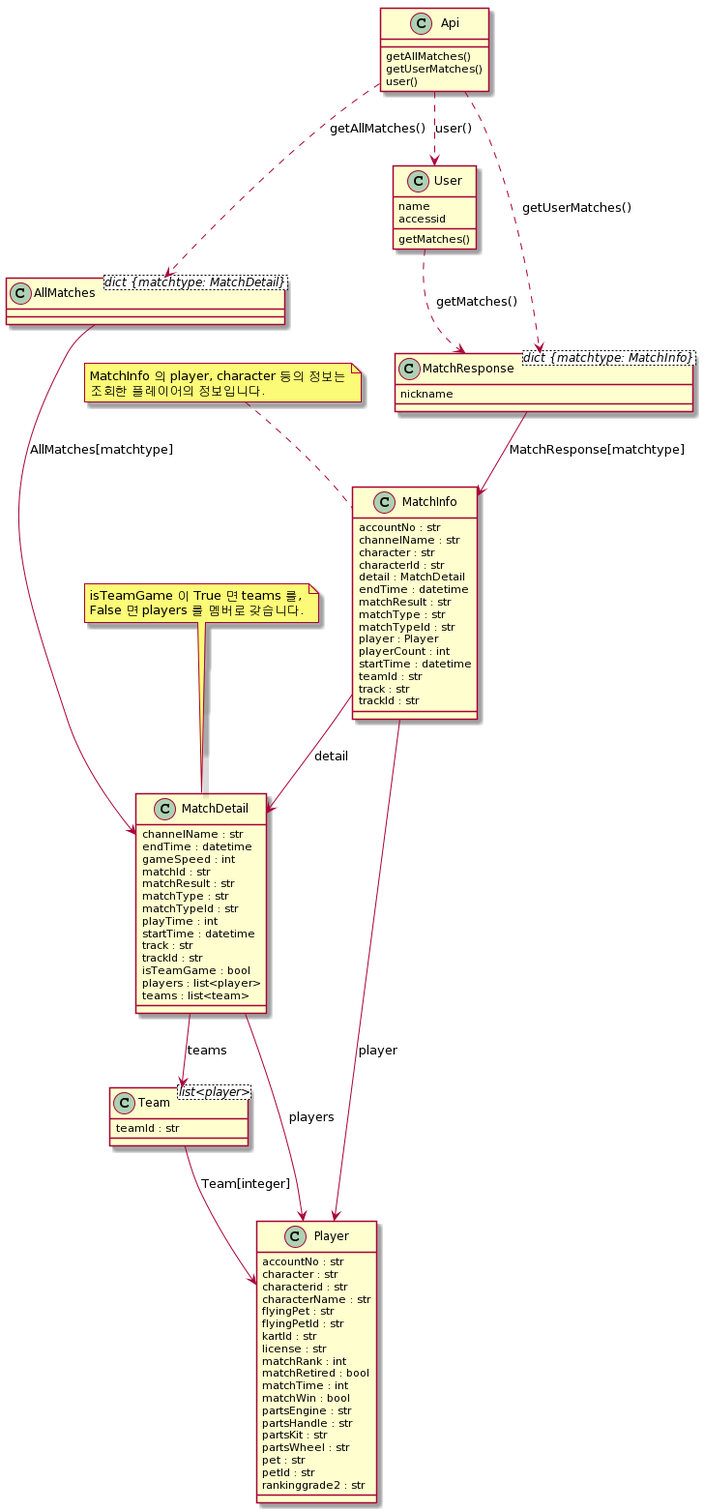
Before: docs/uml.png, a diagram exported from PlantUML (laoraid/KartRider.py). The source it was exported from:
```plantuml
@startuml
class Api
{
getAllMatches()
getUserMatches()
user()
}

Api ..> MatchResponse : getUserMatches()
Api..> AllMatches : getAllMatches()
Api ..> User: user()
class User
{
name
accessid
getMatches()
}

class MatchResponse<dict {matchtype: MatchInfo}>
{
nickname
}

User ..> MatchResponse : getMatches()
MatchResponse --> MatchInfo : MatchResponse[matchtype]

class MatchInfo
{
accountNo : str
channelName : str
character : str
characterId : str
detail : MatchDetail
endTime : datetime
matchResult : str
matchType : str
matchTypeId : str
player : Player
playerCount : int
startTime : datetime
teamId : str
track : str
trackId : str
}

note top of MatchInfo : MatchInfo 의 player, character 등의 정보는\n조회한 플레이어의 정보입니다.
MatchInfo --> Player : player

class Player
{
accountNo : str
character : str
characterid : str
characterName : str
flyingPet : str
flyingPetId : str
kartId : str
license : str
matchRank : int
matchRetired : bool
matchTime : int
matchWin : bool
partsEngine : str
partsHandle : str
partsKit : str
partsWheel : str
pet : str
petId : str
rankinggrade2 : str
}
MatchInfo --> MatchDetail : detail

class MatchDetail
{
channelName : str
endTime : datetime
gameSpeed : int
matchId : str
matchResult : str
matchType : str
matchTypeId : str
playTime : int
startTime : datetime
track : str
trackId : str
isTeamGame : bool
players : list<player>
teams : list<team>
}

note top of MatchDetail : isTeamGame 이 True 면 teams 를,\nFalse 면 players 를 멤버로 갖습니다.

MatchDetail --> Player : players
MatchDetail --> Team : teams

class Team<list<player>>
{
teamId : str
}

Team --> Player : Team[integer]

class AllMatches<dict {matchtype: MatchDetail}>

AllMatches -> MatchDetail : AllMatches[matchtype]
@enduml
```
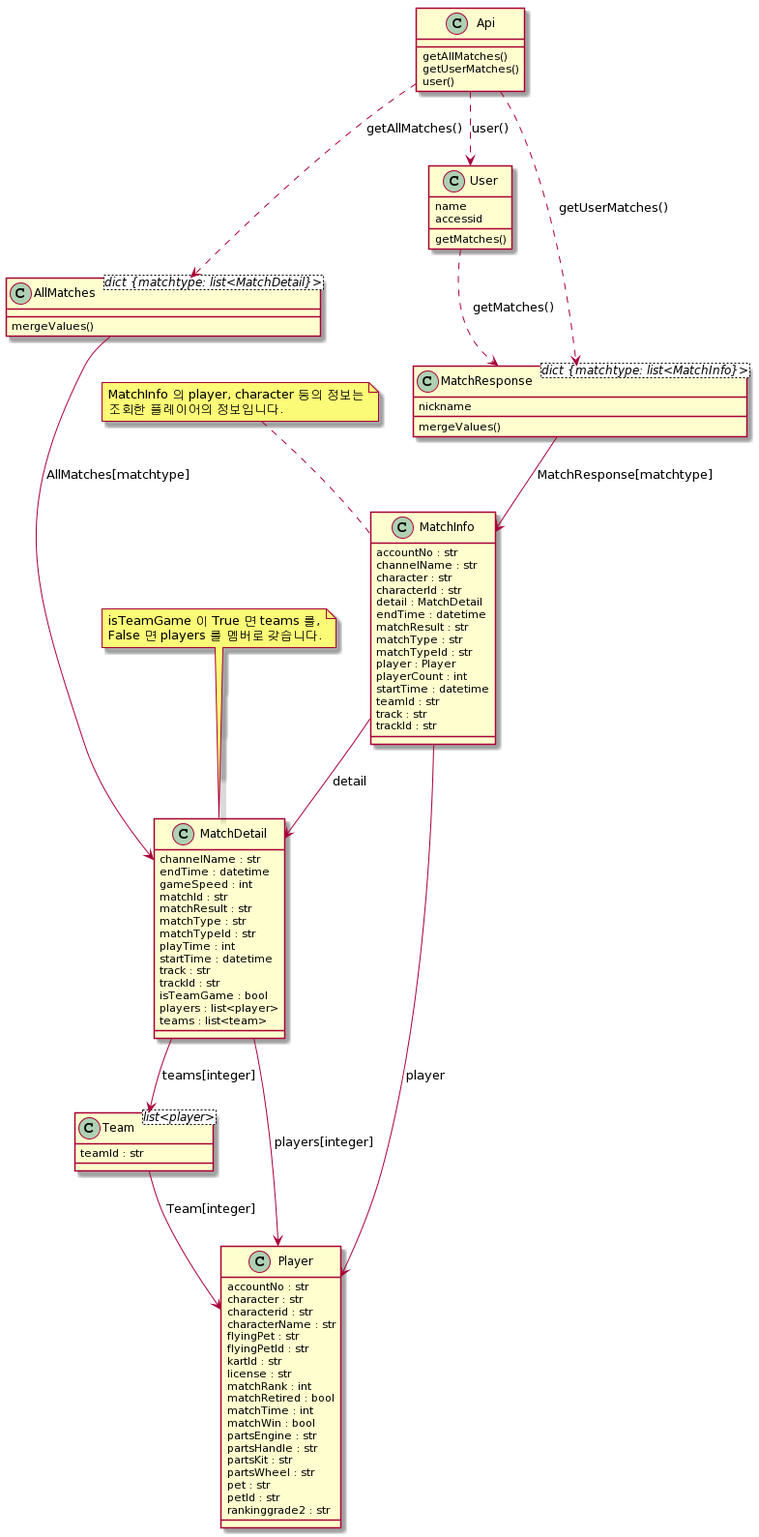
Later version of the same file.

Commit message:
uml 수정, 메타데이터 다운로드 방법 변경, 레퍼런스 변경

What changed in the source:
```diff
@@ -16,9 +16,10 @@
 getMatches()
 }
 
-class MatchResponse<dict {matchtype: MatchInfo}>
+class MatchResponse<dict {matchtype: list<MatchInfo}>>
 {
 nickname
+mergeValues()
 }
 
 User ..> MatchResponse : getMatches()
@@ -90,8 +91,8 @@
 
 note top of MatchDetail : isTeamGame 이 True 면 teams 를,\nFalse 면 players 를 멤버로 갖습니다.
 
-MatchDetail --> Player : players
-MatchDetail --> Team : teams
+MatchDetail --> Player : players[integer]
+MatchDetail --> Team : teams[integer]
 
 class Team<list<player>>
 {
@@ -100,7 +101,10 @@
 
 Team --> Player : Team[integer]
 
-class AllMatches<dict {matchtype: MatchDetail}>
+class AllMatches<dict {matchtype: list<MatchDetail}>>
+{
+mergeValues()
+}
 
 AllMatches -> MatchDetail : AllMatches[matchtype]
 @enduml
```
